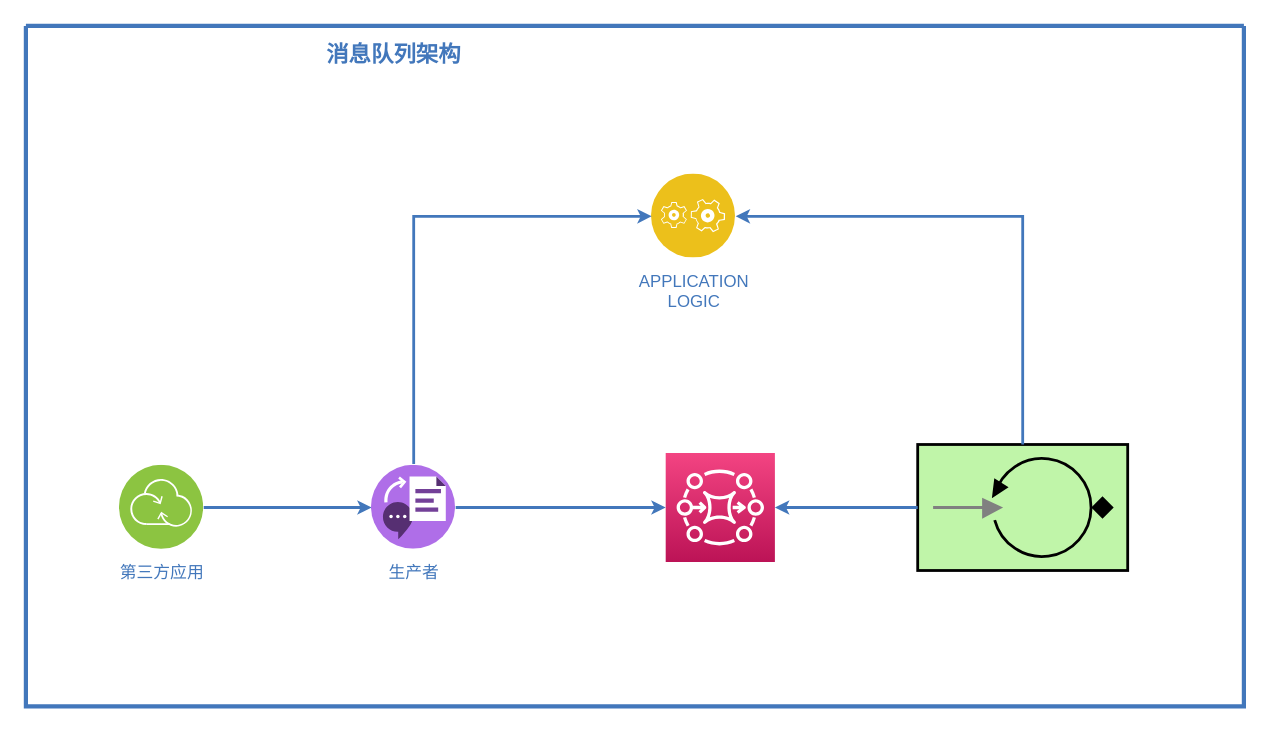
Earlier version of the draw.io diagram dnRMQ.drawio (yigoC/test). Source tidied: cells renumbered, new cells numbered last; positions are measured from the earlier drawing's top-left corner, leaving out a move shared by most shapes. Both pictures are drawn from the tidied source at 140%, with x=0, y=0 at pixel (25, 25).
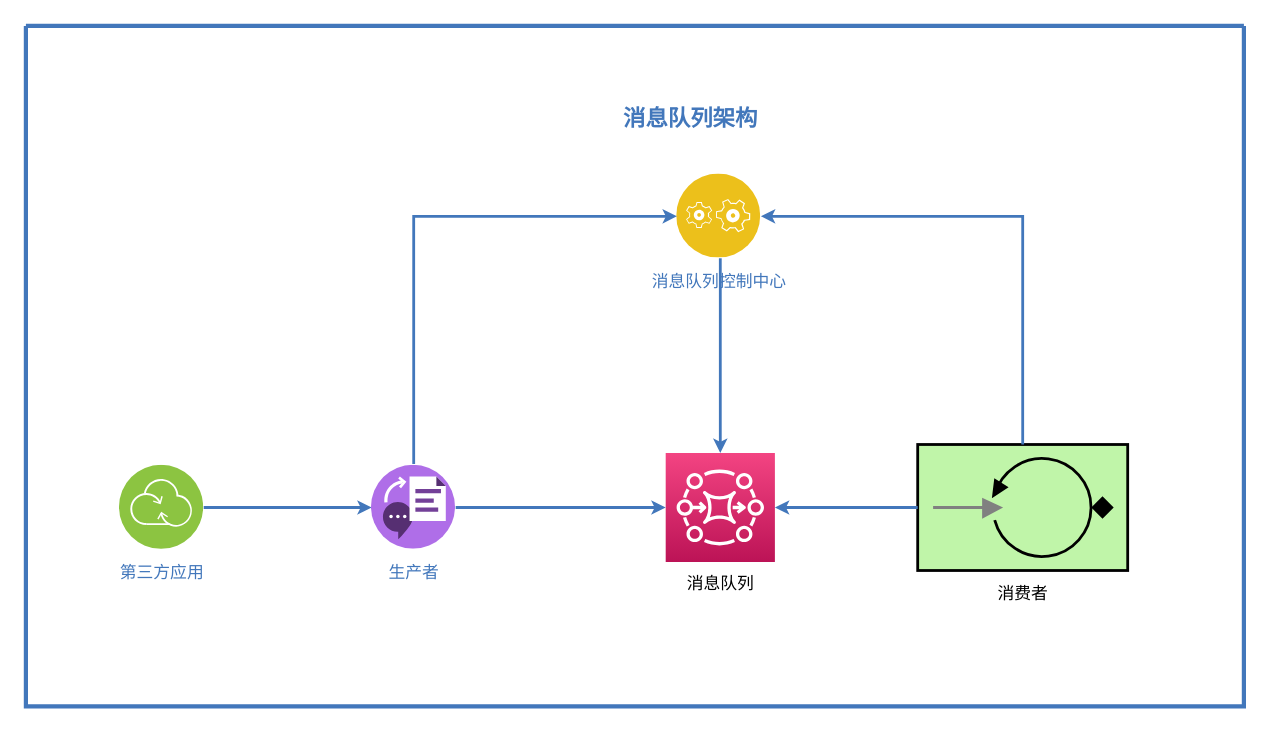
Above is the later version.

The change refers to these unchanged cells:
```xml
<mxCell id="2" style="swimlane;shadow=0;strokeColor=#4277BB;fillColor=#ffffff;fontColor=none;align=right;startSize=0;noLabel=1;strokeWidth=3;" parent="1" vertex="1">
  <mxGeometry width="870" height="486" as="geometry" />
</mxCell>
<mxCell id="9" style="points=[[0,0,0],[0.25,0,0],[0.5,0,0],[0.75,0,0],[1,0,0],[0,1,0],[0.25,1,0],[0.5,1,0],[0.75,1,0],[1,1,0],[0,0.25,0],[0,0.5,0],[0,0.75,0],[1,0.25,0],[1,0.5,0],[1,0.75,0]];outlineConnect=0;fontColor=#232F3E;gradientColor=#F34482;gradientDirection=north;fillColor=#BC1356;strokeColor=#ffffff;dashed=0;verticalLabelPosition=bottom;verticalAlign=top;align=center;html=1;fontSize=12;fontStyle=0;shape=mxgraph.aws4.resourceIcon;resIcon=mxgraph.aws4.mq;" parent="2" vertex="1">
  <mxGeometry x="457" y="305" width="78" height="78" as="geometry" />
</mxCell>
```

Diff of the diagram source:
```diff
@@
     <mxCell id="4" value="消息队列架构" style="text;html=1;align=left;verticalAlign=middle;fontColor=#4277BB;shadow=0;dashed=0;strokeColor=none;fillColor=none;labelBackgroundColor=none;fontStyle=1;fontSize=16;spacingLeft=5;" parent="2" vertex="1">
-      <mxGeometry x="208" y="10" width="190" height="20" as="geometry" />
+      <mxGeometry x="420" y="56" width="110" height="20" as="geometry" />
     </mxCell>
-    <mxCell id="5" value="APPLICATION&lt;div&gt;LOGIC&lt;/div&gt;" style="perimeter=ellipsePerimeter;html=1;align=center;shadow=0;dashed=0;image;image=img/lib/ibm/applications/application_logic.svg;labelBackgroundColor=#ffffff;strokeColor=#4277BB;strokeWidth=2;fillColor=none;gradientColor=none;fontSize=12;fontColor=#4277BB;spacingTop=3;" parent="2" vertex="1">
-      <mxGeometry x="447" y="106" width="60" height="60" as="geometry" />
+    <mxCell id="5" value="消息队列控制中心" style="perimeter=ellipsePerimeter;html=1;align=center;shadow=0;dashed=0;image;image=img/lib/ibm/applications/application_logic.svg;labelBackgroundColor=#ffffff;strokeColor=#4277BB;strokeWidth=2;fillColor=none;gradientColor=none;fontSize=12;fontColor=#4277BB;spacingTop=3;" parent="2" vertex="1">
+      <mxGeometry x="465" y="106" width="60" height="60" as="geometry" />
     </mxCell>
@@
+    <mxCell id="14" value="消费者" style="text;html=1;align=center;verticalAlign=middle;" parent="2" vertex="1">
+      <mxGeometry x="687" y="396" width="50" height="20" as="geometry" />
+    </mxCell>
+    <mxCell id="15" value="消息队列" style="text;html=1;align=center;verticalAlign=middle;" parent="2" vertex="1">
+      <mxGeometry x="466" y="389" width="60" height="20" as="geometry" />
+    </mxCell>
+    <mxCell id="16" style="edgeStyle=elbowEdgeStyle;rounded=0;elbow=vertical;html=1;labelBackgroundColor=#ffffff;startArrow=none;startFill=0;startSize=4;endArrow=classic;endFill=1;endSize=4;jettySize=auto;strokeColor=#4277BB;strokeWidth=2;fontSize=12;fontColor=#4277BB;entryX=0.5;entryY=0;entryDx=0;entryDy=0;entryPerimeter=0;" parent="2" edge="1" source="5" target="9">
+      <mxGeometry relative="1" as="geometry">
+        <Array as="points">
+          <mxPoint x="496" y="216" />
+          <mxPoint x="480" y="236" />
+        </Array>
+      </mxGeometry>
+    </mxCell>
```
